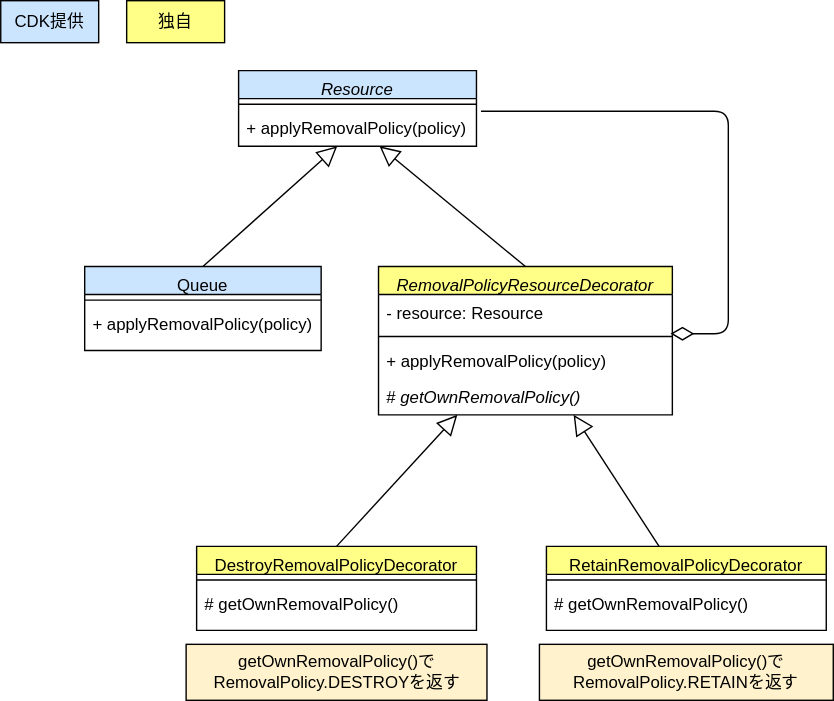
Before: drawio/decorator/decorator-cdk.drawio.svg, a diagram exported from draw.io (go-to-k/cdk-gof-design-pattern). Source tidied: cells renumbered, new cells last; positions are measured from the earlier drawing's top-left corner, leaving out a move shared by most shapes.
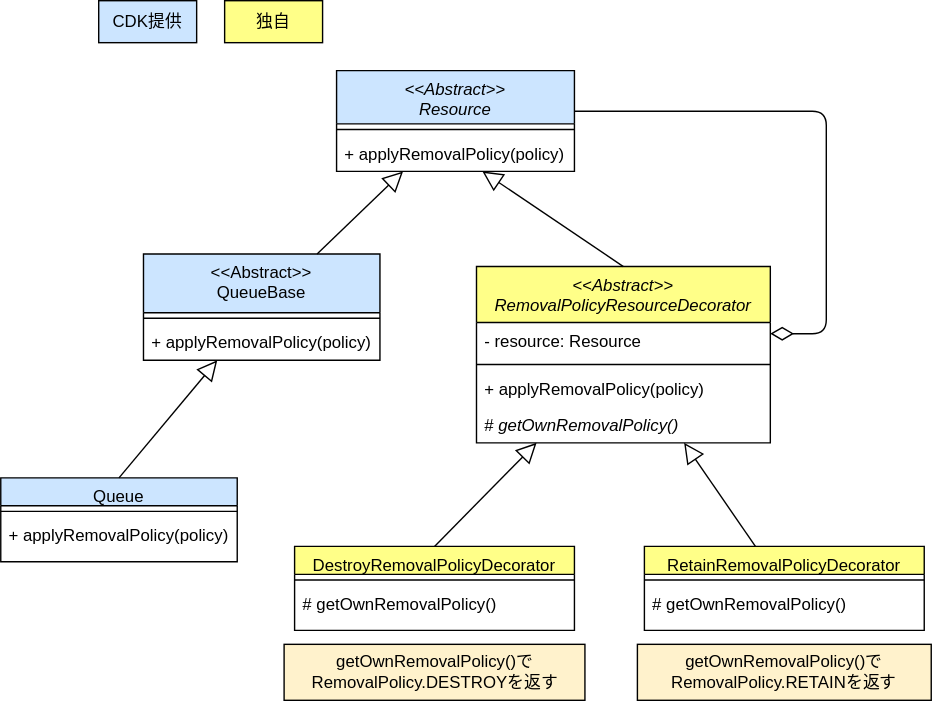
The same file after the commit.

Commit message:
update decorator diagrams

Diff of the diagram source:
```diff
@@ -3,7 +3,7 @@
     <mxCell id="0" />
     <mxCell id="1" parent="0" />
     <mxCell id="2" value="Queue" style="swimlane;fontStyle=0;align=center;verticalAlign=top;horizontal=1;startSize=20;rounded=0;shadow=0;strokeWidth=1;fillColor=#cce5ff;strokeColor=#000000;fontColor=#000000;" parent="1" vertex="1">
-      <mxGeometry x="60" y="190" width="169" height="60" as="geometry" />
+      <mxGeometry x="-70" y="341" width="169" height="60" as="geometry" />
     </mxCell>
     <mxCell id="3" style="line;html=1;strokeWidth=1;align=left;verticalAlign=middle;spacingTop=-1;spacingLeft=3;spacingRight=3;labelPosition=right;strokeColor=#000000;fontColor=#000000;" parent="2" vertex="1">
       <mxGeometry y="20" width="169" height="8" as="geometry" />
@@ -11,34 +11,34 @@
     <mxCell id="4" value="+ applyRemovalPolicy(policy)" style="text;strokeColor=none;fillColor=none;align=left;verticalAlign=top;spacingLeft=4;spacingRight=4;overflow=hidden;whiteSpace=wrap;html=1;fontColor=#000000;" parent="2" vertex="1">
       <mxGeometry y="28" width="169" height="26" as="geometry" />
     </mxCell>
-    <mxCell id="5" value="RemovalPolicyResourceDecorator" style="swimlane;fontStyle=2;align=center;verticalAlign=top;horizontal=1;startSize=20;rounded=0;shadow=0;strokeWidth=1;fillColor=#ffff88;strokeColor=#000000;fontColor=#000000;" parent="1" vertex="1">
-      <mxGeometry x="270" y="190" width="210" height="106" as="geometry" />
+    <mxCell id="5" value="&lt;&lt;Abstract&gt;&gt;&#10;RemovalPolicyResourceDecorator" style="swimlane;fontStyle=2;align=center;verticalAlign=top;horizontal=1;startSize=40;rounded=0;shadow=0;strokeWidth=1;fillColor=#ffff88;strokeColor=#000000;fontColor=#000000;" parent="1" vertex="1">
+      <mxGeometry x="270" y="190" width="210" height="126" as="geometry" />
     </mxCell>
     <mxCell id="6" value="- resource: Resource" style="text;strokeColor=none;fillColor=none;align=left;verticalAlign=top;spacingLeft=4;spacingRight=4;overflow=hidden;points=[[0,0.5],[1,0.5]];portConstraint=eastwest;whiteSpace=wrap;html=1;fontColor=#000000;" parent="5" vertex="1">
-      <mxGeometry y="20" width="210" height="26" as="geometry" />
+      <mxGeometry y="40" width="210" height="26" as="geometry" />
     </mxCell>
     <mxCell id="7" style="line;html=1;strokeWidth=1;align=left;verticalAlign=middle;spacingTop=-1;spacingLeft=3;spacingRight=3;labelPosition=right;strokeColor=#000000;fontColor=#000000;" parent="5" vertex="1">
-      <mxGeometry y="46" width="210" height="8" as="geometry" />
+      <mxGeometry y="66" width="210" height="8" as="geometry" />
     </mxCell>
     <mxCell id="8" value="+ applyRemovalPolicy(policy)" style="text;strokeColor=none;fillColor=none;align=left;verticalAlign=top;spacingLeft=4;spacingRight=4;overflow=hidden;whiteSpace=wrap;html=1;fontColor=#000000;" parent="5" vertex="1">
-      <mxGeometry y="54" width="210" height="26" as="geometry" />
+      <mxGeometry y="74" width="210" height="26" as="geometry" />
     </mxCell>
     <mxCell id="9" value="#&lt;i&gt; getOwnRemovalPolicy()&lt;/i&gt;" style="text;strokeColor=none;fillColor=none;align=left;verticalAlign=top;spacingLeft=4;spacingRight=4;overflow=hidden;whiteSpace=wrap;html=1;fontColor=#000000;" parent="5" vertex="1">
-      <mxGeometry y="80" width="210" height="26" as="geometry" />
+      <mxGeometry y="100" width="210" height="26" as="geometry" />
     </mxCell>
-    <mxCell id="10" value="Resource" style="swimlane;fontStyle=2;align=center;verticalAlign=top;horizontal=1;startSize=20;rounded=0;shadow=0;strokeWidth=1;fillColor=#cce5ff;strokeColor=#000000;fontColor=#000000;" parent="1" vertex="1">
-      <mxGeometry x="170" y="50" width="170" height="54" as="geometry" />
+    <mxCell id="10" value="&lt;&lt;Abstract&gt;&gt;&#10;Resource" style="swimlane;fontStyle=2;align=center;verticalAlign=top;horizontal=1;startSize=38;rounded=0;shadow=0;strokeWidth=1;fillColor=#cce5ff;strokeColor=#000000;fontColor=#000000;" parent="1" vertex="1">
+      <mxGeometry x="170" y="50" width="170" height="72" as="geometry" />
     </mxCell>
     <mxCell id="11" style="line;html=1;strokeWidth=1;align=left;verticalAlign=middle;spacingTop=-1;spacingLeft=3;spacingRight=3;labelPosition=right;strokeColor=#000000;fontColor=#000000;" parent="10" vertex="1">
-      <mxGeometry y="20" width="170" height="8" as="geometry" />
+      <mxGeometry y="38" width="170" height="8" as="geometry" />
     </mxCell>
     <mxCell id="12" value="+ applyRemovalPolicy(policy)" style="text;strokeColor=none;fillColor=none;align=left;verticalAlign=top;spacingLeft=4;spacingRight=4;overflow=hidden;points=[[0,0.5],[1,0.5]];portConstraint=eastwest;whiteSpace=wrap;html=1;fontColor=#000000;" parent="10" vertex="1">
-      <mxGeometry y="28" width="170" height="26" as="geometry" />
+      <mxGeometry y="46" width="170" height="26" as="geometry" />
     </mxCell>
     <mxCell id="13" style="endArrow=block;endFill=0;endSize=12;html=1;rounded=0;exitX=0.5;exitY=0;exitDx=0;exitDy=0;strokeColor=#000000;fontColor=#000000;" parent="1" edge="1" source="5" target="12">
       <mxGeometry relative="1" as="geometry" />
     </mxCell>
-    <mxCell id="14" style="endArrow=block;endFill=0;endSize=12;html=1;rounded=0;exitX=0.5;exitY=0;exitDx=0;exitDy=0;strokeColor=#000000;fontColor=#000000;" parent="1" edge="1" source="2" target="12">
+    <mxCell id="14" style="endArrow=block;endFill=0;endSize=12;html=1;rounded=0;exitX=0.5;exitY=0;exitDx=0;exitDy=0;strokeColor=#000000;fontColor=#000000;" parent="1" edge="1" source="2" target="28">
       <mxGeometry relative="1" as="geometry" />
     </mxCell>
     <mxCell id="15" value="DestroyRemovalPolicyDecorator" style="swimlane;fontStyle=0;align=center;verticalAlign=top;horizontal=1;startSize=20;rounded=0;shadow=0;strokeWidth=1;fillColor=#ffff88;strokeColor=#000000;fontColor=#000000;" parent="1" vertex="1">
@@ -53,7 +53,7 @@
     <mxCell id="18" style="endArrow=block;endFill=0;endSize=12;html=1;rounded=0;exitX=0.5;exitY=0;exitDx=0;exitDy=0;strokeColor=#000000;fontColor=#000000;" parent="1" edge="1" source="15" target="5">
       <mxGeometry relative="1" as="geometry" />
     </mxCell>
-    <mxCell id="19" style="endArrow=none;html=1;endSize=12;startArrow=diamondThin;startSize=14;startFill=0;edgeStyle=orthogonalEdgeStyle;align=left;verticalAlign=bottom;exitX=0.994;exitY=1.077;exitDx=0;exitDy=0;exitPerimeter=0;entryX=1.019;entryY=0.038;entryDx=0;entryDy=0;entryPerimeter=0;endFill=0;strokeColor=#000000;fontColor=#000000;" parent="1" edge="1" source="6" target="12">
+    <mxCell id="19" style="endArrow=none;html=1;endSize=12;startArrow=diamondThin;startSize=14;startFill=0;edgeStyle=orthogonalEdgeStyle;align=left;verticalAlign=bottom;endFill=0;strokeColor=#000000;fontColor=#000000;" parent="1" edge="1" source="5" target="10">
       <mxGeometry x="-1" y="3" relative="1" as="geometry">
         <Array as="points">
           <mxPoint x="520" y="238" />
@@ -85,5 +85,17 @@
     <mxCell id="27" value="CDK提供" style="rounded=0;whiteSpace=wrap;html=1;fillColor=#cce5ff;strokeColor=#000000;fontColor=#000000;" parent="1" vertex="1">
       <mxGeometry width="70" height="30" as="geometry" />
     </mxCell>
+    <mxCell id="28" value="&lt;&lt;Abstract&gt;&gt;&#10;QueueBase" style="swimlane;fontStyle=0;align=center;verticalAlign=top;horizontal=1;startSize=42;rounded=0;shadow=0;strokeWidth=1;fillColor=#cce5ff;strokeColor=#000000;fontColor=#000000;" parent="1" vertex="1">
+      <mxGeometry x="32" y="181" width="169" height="76" as="geometry" />
+    </mxCell>
+    <mxCell id="29" style="line;html=1;strokeWidth=1;align=left;verticalAlign=middle;spacingTop=-1;spacingLeft=3;spacingRight=3;labelPosition=right;strokeColor=#000000;fontColor=#000000;" parent="28" vertex="1">
+      <mxGeometry y="42" width="169" height="8" as="geometry" />
+    </mxCell>
+    <mxCell id="30" value="+ applyRemovalPolicy(policy)" style="text;strokeColor=none;fillColor=none;align=left;verticalAlign=top;spacingLeft=4;spacingRight=4;overflow=hidden;whiteSpace=wrap;html=1;fontColor=#000000;" parent="28" vertex="1">
+      <mxGeometry y="50" width="169" height="26" as="geometry" />
+    </mxCell>
+    <mxCell id="31" style="endArrow=block;endFill=0;endSize=12;html=1;rounded=0;strokeColor=#000000;fontColor=#000000;" parent="1" edge="1" source="28" target="10">
+      <mxGeometry relative="1" as="geometry" />
+    </mxCell>
   </root>
 </mxGraphModel>
```
